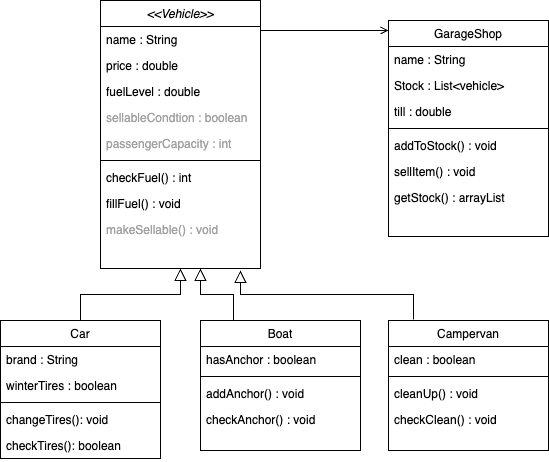
rosiemiall/polymorphism_lab keeps this draw.io diagram as UML_class_diagram_garageShop.png. Above is the earlier version. Source tidied: cells renumbered, new cells last; positions are measured from the earlier drawing's top-left corner, leaving out a move shared by most shapes.
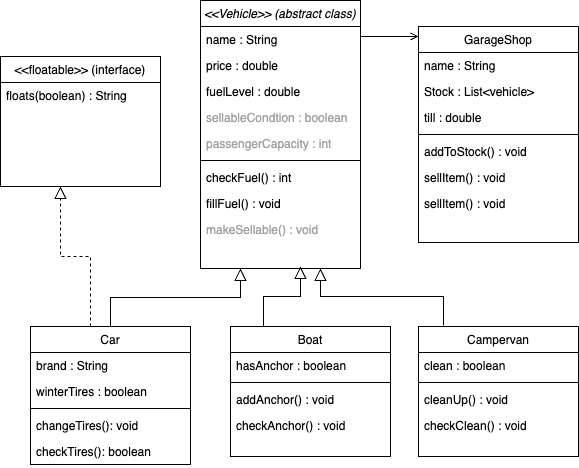
After the commit.

Diff of the diagram source:
```diff
@@ -2,8 +2,8 @@
   <root>
     <mxCell id="0" />
     <mxCell id="1" parent="0" />
-    <mxCell id="2" value="&lt;&lt;Vehicle&gt;&gt;" style="swimlane;fontStyle=2;align=center;verticalAlign=top;horizontal=1;startSize=26;rounded=0;shadow=0;strokeWidth=1;" parent="1" vertex="1">
-      <mxGeometry x="100" width="160" height="268" as="geometry" />
+    <mxCell id="2" value="&lt;&lt;Vehicle&gt;&gt; (abstract class)" style="swimlane;fontStyle=2;align=center;verticalAlign=top;horizontal=1;startSize=26;rounded=0;shadow=0;strokeWidth=1;" parent="1" vertex="1">
+      <mxGeometry x="170" y="-6" width="160" height="268" as="geometry" />
     </mxCell>
     <mxCell id="3" value="name : String" style="text;align=left;verticalAlign=top;spacingLeft=4;spacingRight=4;overflow=hidden;" parent="2" vertex="1">
       <mxGeometry y="26" width="160" height="26" as="geometry" />
@@ -50,7 +50,7 @@
     <mxCell id="17" value="checkTires(): boolean" style="text;align=left;verticalAlign=top;spacingLeft=4;spacingRight=4;overflow=hidden;fontStyle=0;" parent="12" vertex="1">
       <mxGeometry y="112" width="160" height="26" as="geometry" />
     </mxCell>
-    <mxCell id="18" style="endArrow=block;endSize=10;endFill=0;shadow=0;strokeWidth=1;rounded=0;edgeStyle=elbowEdgeStyle;elbow=vertical;" parent="1" edge="1" source="12" target="2">
+    <mxCell id="18" style="endArrow=block;endSize=10;endFill=0;shadow=0;strokeWidth=1;rounded=0;edgeStyle=elbowEdgeStyle;elbow=vertical;entryX=0.25;entryY=1;entryDx=0;entryDy=0;" parent="1" edge="1" source="12" target="2">
       <mxGeometry relative="1" as="geometry" />
     </mxCell>
     <mxCell id="19" value="Boat" style="swimlane;fontStyle=0;align=center;verticalAlign=top;horizontal=1;startSize=26;rounded=0;shadow=0;strokeWidth=1;" parent="1" vertex="1">
@@ -89,12 +89,12 @@
     <mxCell id="30" value="sellItem() : void" style="text;align=left;verticalAlign=top;spacingLeft=4;spacingRight=4;overflow=hidden;" parent="24" vertex="1">
       <mxGeometry y="138" width="160" height="26" as="geometry" />
     </mxCell>
-    <mxCell id="31" value="getStock() : arrayList" style="text;align=left;verticalAlign=top;spacingLeft=4;spacingRight=4;overflow=hidden;" parent="24" vertex="1">
+    <mxCell id="31" value="sellItem() : void" style="text;align=left;verticalAlign=top;spacingLeft=4;spacingRight=4;overflow=hidden;" parent="24" vertex="1">
       <mxGeometry y="164" width="160" height="26" as="geometry" />
     </mxCell>
     <mxCell id="32" style="endArrow=open;shadow=0;strokeWidth=1;rounded=0;endFill=1;edgeStyle=elbowEdgeStyle;elbow=vertical;" parent="1" edge="1">
       <mxGeometry x="0.5" y="41" relative="1" as="geometry">
-        <mxPoint x="260" y="30" as="sourcePoint" />
+        <mxPoint x="330" y="30" as="sourcePoint" />
         <mxPoint x="388" y="30" as="targetPoint" />
         <mxPoint x="-40" y="32" as="offset" />
       </mxGeometry>
@@ -104,9 +104,9 @@
         <mxPoint y="4" as="offset" />
       </mxGeometry>
     </mxCell>
-    <mxCell id="34" style="endArrow=block;endSize=10;endFill=0;shadow=0;strokeWidth=1;rounded=0;edgeStyle=elbowEdgeStyle;elbow=vertical;exitX=0.206;exitY=0;exitDx=0;exitDy=0;exitPerimeter=0;entryX=0.588;entryY=0.962;entryDx=0;entryDy=0;entryPerimeter=0;" parent="1" edge="1" source="19">
+    <mxCell id="34" style="endArrow=block;endSize=10;endFill=0;shadow=0;strokeWidth=1;rounded=0;edgeStyle=elbowEdgeStyle;elbow=vertical;exitX=0.206;exitY=0;exitDx=0;exitDy=0;exitPerimeter=0;" parent="1" edge="1" source="19">
       <mxGeometry relative="1" as="geometry">
-        <mxPoint x="200" y="268" as="targetPoint" />
+        <mxPoint x="270" y="260" as="targetPoint" />
       </mxGeometry>
     </mxCell>
     <mxCell id="35" value="Campervan" style="swimlane;fontStyle=0;align=center;verticalAlign=top;horizontal=1;startSize=26;rounded=0;shadow=0;strokeWidth=1;" parent="1" vertex="1">
@@ -124,10 +124,20 @@
     <mxCell id="39" value="checkClean() : void" style="text;align=left;verticalAlign=top;spacingLeft=4;spacingRight=4;overflow=hidden;" parent="35" vertex="1">
       <mxGeometry y="86" width="160" height="26" as="geometry" />
     </mxCell>
-    <mxCell id="40" style="endArrow=block;endSize=10;endFill=0;shadow=0;strokeWidth=1;rounded=0;edgeStyle=elbowEdgeStyle;elbow=vertical;exitX=0.156;exitY=-0.008;exitDx=0;exitDy=0;exitPerimeter=0;" parent="1" edge="1" source="35">
-      <mxGeometry relative="1" as="geometry">
-        <mxPoint x="240" y="270" as="targetPoint" />
-      </mxGeometry>
+    <mxCell id="40" style="endArrow=block;endSize=10;endFill=0;shadow=0;strokeWidth=1;rounded=0;edgeStyle=elbowEdgeStyle;elbow=vertical;exitX=0.156;exitY=-0.008;exitDx=0;exitDy=0;exitPerimeter=0;entryX=0.75;entryY=1;entryDx=0;entryDy=0;" parent="1" edge="1" source="35" target="2">
+      <mxGeometry relative="1" as="geometry" />
     </mxCell>
+    <mxCell id="41" style="endArrow=block;endSize=10;endFill=0;shadow=0;strokeWidth=1;rounded=0;edgeStyle=elbowEdgeStyle;elbow=vertical;dashed=1;" parent="1" edge="1">
+      <mxGeometry relative="1" as="geometry">
+        <mxPoint x="60" y="320" as="sourcePoint" />
+        <mxPoint x="30" y="180" as="targetPoint" />
+      </mxGeometry>
+    </mxCell>
+    <mxCell id="42" value="&lt;&lt;floatable&gt;&gt; (interface)" style="swimlane;fontStyle=0;align=center;verticalAlign=top;horizontal=1;startSize=26;rounded=0;shadow=0;strokeWidth=1;" parent="1" vertex="1">
+      <mxGeometry x="-30" y="50" width="160" height="130" as="geometry" />
+    </mxCell>
+    <mxCell id="43" value="floats(boolean) : String" style="text;align=left;verticalAlign=top;spacingLeft=4;spacingRight=4;overflow=hidden;" parent="42" vertex="1">
+      <mxGeometry y="26" width="160" height="26" as="geometry" />
+    </mxCell>
   </root>
 </mxGraphModel>
```
